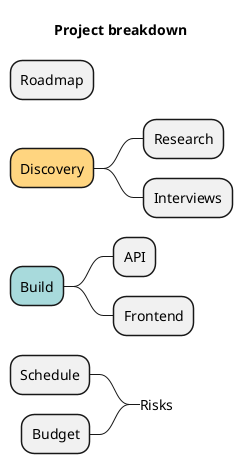
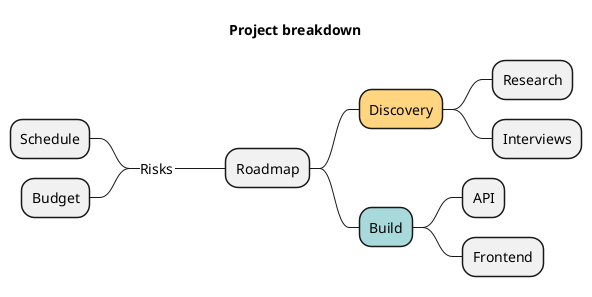
@startmindmap
title Project breakdown

* Roadmap
- +[#FFD580] Discovery
- ++ Research
- ++ Interviews
- +[#A8DADC] Build
- ++ API
- ++ Frontend
- -[#F4A6A6]_ Risks
- -- Schedule
- -- Budget
+ **[#FFD580] Discovery
+ *** Research
+ *** Interviews
+ **[#A8DADC] Build
+ *** API
+ *** Frontend
+ --[#F4A6A6]_ Risks
+ --- Schedule
+ --- Budget
@endmindmap
